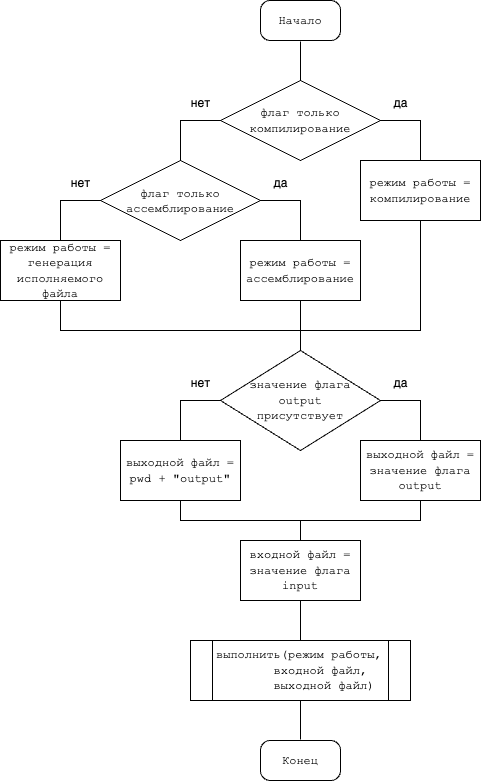
Earlier version of the draw.io export cource-papers/trps/рпз/материалы/курсач_трпс-1 Схемы алгоритмов.drawio.png (vzalygin/bmstu-ics6). Source tidied: cells renumbered, new cells last; positions are measured from the earlier drawing's top-left corner, leaving out a move shared by most shapes.
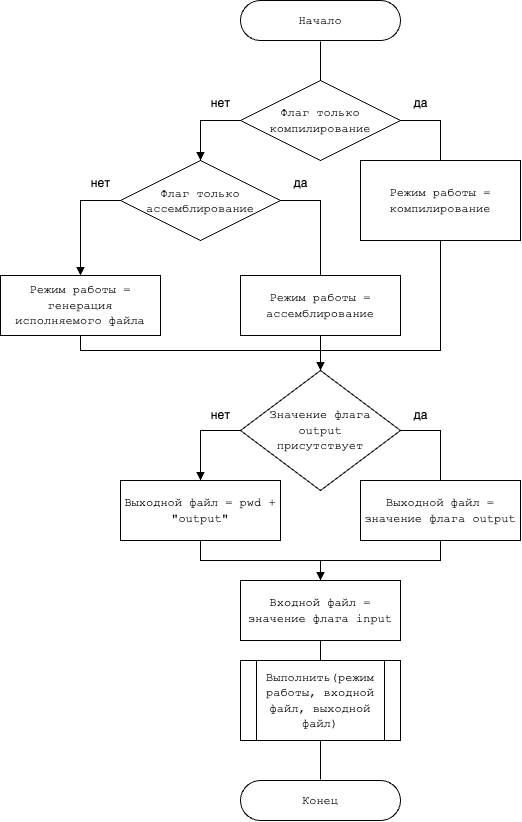
Later version of the same file.

The edit, as a diff of the source:
```diff
@@ -5,10 +5,10 @@
     <mxCell id="2" style="edgeStyle=orthogonalEdgeStyle;rounded=0;jettySize=auto;html=1;entryX=0.5;entryY=0;entryDx=0;entryDy=0;endArrow=none;endFill=0;" parent="1" edge="1" source="3" target="6">
       <mxGeometry relative="1" as="geometry" />
     </mxCell>
-    <mxCell id="3" value="&lt;font face=&quot;Courier New&quot;&gt;Начало&lt;/font&gt;" style="rounded=1;whiteSpace=wrap;html=1;glass=0;perimeterSpacing=1;strokeWidth=1;arcSize=24;" parent="1" vertex="1">
-      <mxGeometry x="260" width="80" height="40" as="geometry" />
+    <mxCell id="3" value="&lt;font face=&quot;Courier New&quot;&gt;Начало&lt;/font&gt;" style="rounded=1;whiteSpace=wrap;html=1;glass=0;perimeterSpacing=1;strokeWidth=1;arcSize=50;" parent="1" vertex="1">
+      <mxGeometry x="220" width="160" height="40" as="geometry" />
     </mxCell>
-    <mxCell id="4" style="edgeStyle=orthogonalEdgeStyle;rounded=0;jettySize=auto;html=1;entryX=0.5;entryY=0;entryDx=0;entryDy=0;endArrow=none;endFill=0;" parent="1" edge="1" source="6" target="9">
+    <mxCell id="4" style="edgeStyle=orthogonalEdgeStyle;rounded=0;jettySize=auto;html=1;entryX=0.5;entryY=0;entryDx=0;entryDy=0;endArrow=block;endFill=1;" parent="1" edge="1" source="6" target="9">
       <mxGeometry relative="1" as="geometry">
         <Array as="points">
           <mxPoint x="180" y="120" />
@@ -22,7 +22,7 @@
         </Array>
       </mxGeometry>
     </mxCell>
-    <mxCell id="6" value="&lt;font face=&quot;Courier New&quot;&gt;флаг только &lt;br&gt;компилирование&lt;/font&gt;" style="rhombus;whiteSpace=wrap;html=1;" parent="1" vertex="1">
+    <mxCell id="6" value="&lt;font face=&quot;Courier New&quot;&gt;Флаг только &lt;br&gt;компилирование&lt;/font&gt;" style="rhombus;whiteSpace=wrap;html=1;" parent="1" vertex="1">
       <mxGeometry x="220" y="80" width="160" height="80" as="geometry" />
     </mxCell>
     <mxCell id="7" style="edgeStyle=orthogonalEdgeStyle;rounded=0;jettySize=auto;html=1;entryX=0.5;entryY=0;entryDx=0;entryDy=0;endArrow=none;endFill=0;" parent="1" edge="1" source="9" target="15">
@@ -32,29 +32,29 @@
         </Array>
       </mxGeometry>
     </mxCell>
-    <mxCell id="8" style="edgeStyle=orthogonalEdgeStyle;rounded=0;jettySize=auto;html=1;entryX=0.5;entryY=0;entryDx=0;entryDy=0;endArrow=none;endFill=0;" parent="1" edge="1" source="9" target="18">
+    <mxCell id="8" style="edgeStyle=orthogonalEdgeStyle;rounded=0;jettySize=auto;html=1;entryX=0.5;entryY=0;entryDx=0;entryDy=0;endArrow=block;endFill=1;" parent="1" edge="1" source="9" target="18">
       <mxGeometry relative="1" as="geometry">
         <Array as="points">
           <mxPoint x="60" y="200" />
         </Array>
       </mxGeometry>
     </mxCell>
-    <mxCell id="9" value="&lt;div style=&quot;line-height: 18px; white-space: pre;&quot;&gt;&lt;p style=&quot;margin: 0px; font-variant-numeric: normal; font-variant-east-asian: normal; font-variant-alternates: normal; font-size-adjust: none; font-kerning: auto; font-optical-sizing: auto; font-feature-settings: normal; font-variation-settings: normal; font-variant-position: normal; font-stretch: normal; line-height: normal; white-space: normal;&quot; class=&quot;p1&quot;&gt;&lt;font face=&quot;Courier New&quot;&gt;флаг только ассемблирование&lt;/font&gt;&lt;/p&gt;&lt;/div&gt;" style="rhombus;whiteSpace=wrap;html=1;align=center;" parent="1" vertex="1">
+    <mxCell id="9" value="&lt;div style=&quot;line-height: 18px; white-space: pre;&quot;&gt;&lt;p style=&quot;margin: 0px; font-variant-numeric: normal; font-variant-east-asian: normal; font-variant-alternates: normal; font-size-adjust: none; font-kerning: auto; font-optical-sizing: auto; font-feature-settings: normal; font-variation-settings: normal; font-variant-position: normal; font-stretch: normal; line-height: normal; white-space: normal;&quot; class=&quot;p1&quot;&gt;&lt;font face=&quot;Courier New&quot;&gt;Флаг только ассемблирование&lt;/font&gt;&lt;/p&gt;&lt;/div&gt;" style="rhombus;whiteSpace=wrap;html=1;align=center;" parent="1" vertex="1">
       <mxGeometry x="100" y="160" width="160" height="80" as="geometry" />
     </mxCell>
     <mxCell id="10" value="нет" style="text;html=1;align=center;verticalAlign=middle;strokeColor=none;fillColor=none;" parent="1" vertex="1">
       <mxGeometry x="180" y="88" width="40" height="30" as="geometry" />
     </mxCell>
-    <mxCell id="11" style="edgeStyle=orthogonalEdgeStyle;rounded=0;jettySize=auto;html=1;entryX=0.5;entryY=0;entryDx=0;entryDy=0;strokeWidth=1;endArrow=none;endFill=0;" parent="1" edge="1" source="12" target="22">
+    <mxCell id="11" style="edgeStyle=orthogonalEdgeStyle;rounded=0;jettySize=auto;html=1;entryX=0.5;entryY=0;entryDx=0;entryDy=0;strokeWidth=1;endArrow=block;endFill=1;" parent="1" edge="1" source="12" target="22">
       <mxGeometry relative="1" as="geometry">
         <Array as="points">
-          <mxPoint x="420" y="330" />
-          <mxPoint x="300" y="330" />
+          <mxPoint x="420" y="350" />
+          <mxPoint x="300" y="350" />
         </Array>
       </mxGeometry>
     </mxCell>
-    <mxCell id="12" value="&lt;font face=&quot;Courier New&quot;&gt;режим работы = компилирование&lt;br&gt;&lt;/font&gt;" style="rounded=0;whiteSpace=wrap;html=1;" parent="1" vertex="1">
-      <mxGeometry x="360" y="160" width="120" height="60" as="geometry" />
+    <mxCell id="12" value="&lt;font face=&quot;Courier New&quot;&gt;Режим работы = компилирование&lt;br&gt;&lt;/font&gt;" style="rounded=0;whiteSpace=wrap;html=1;" parent="1" vertex="1">
+      <mxGeometry x="340" y="160" width="160" height="80" as="geometry" />
     </mxCell>
     <mxCell id="13" value="да" style="text;html=1;align=center;verticalAlign=middle;strokeColor=none;fillColor=none;" parent="1" vertex="1">
       <mxGeometry x="380" y="88" width="40" height="30" as="geometry" />
@@ -64,8 +64,8 @@
         <mxPoint x="300" y="360" as="targetPoint" />
       </mxGeometry>
     </mxCell>
-    <mxCell id="15" value="&lt;font face=&quot;Courier New&quot;&gt;режим работы = ассемблирование&lt;/font&gt;" style="rounded=0;whiteSpace=wrap;html=1;" parent="1" vertex="1">
-      <mxGeometry x="240" y="240" width="120" height="60" as="geometry" />
+    <mxCell id="15" value="&lt;font face=&quot;Courier New&quot;&gt;Режим работы = ассемблирование&lt;/font&gt;" style="rounded=0;whiteSpace=wrap;html=1;" parent="1" vertex="1">
+      <mxGeometry x="220" y="275" width="160" height="60" as="geometry" />
     </mxCell>
     <mxCell id="16" value="да" style="text;html=1;align=center;verticalAlign=middle;strokeColor=none;fillColor=none;" parent="1" vertex="1">
       <mxGeometry x="260" y="168" width="40" height="30" as="geometry" />
@@ -73,66 +73,66 @@
     <mxCell id="17" style="edgeStyle=orthogonalEdgeStyle;rounded=0;jettySize=auto;html=1;entryX=0.5;entryY=0;entryDx=0;entryDy=0;endArrow=none;endFill=0;" parent="1" edge="1" source="18" target="22">
       <mxGeometry relative="1" as="geometry">
         <Array as="points">
-          <mxPoint x="60" y="330" />
-          <mxPoint x="300" y="330" />
+          <mxPoint x="60" y="350" />
+          <mxPoint x="300" y="350" />
         </Array>
       </mxGeometry>
     </mxCell>
-    <mxCell id="18" value="&lt;font face=&quot;Courier New&quot;&gt;режим работы = генерация исполняемого файла&lt;br&gt;&lt;/font&gt;" style="rounded=0;whiteSpace=wrap;html=1;" parent="1" vertex="1">
-      <mxGeometry y="240" width="120" height="60" as="geometry" />
+    <mxCell id="18" value="&lt;font face=&quot;Courier New&quot;&gt;Режим работы = генерация исполняемого файла&lt;br&gt;&lt;/font&gt;" style="rounded=0;whiteSpace=wrap;html=1;" parent="1" vertex="1">
+      <mxGeometry x="-20" y="275" width="160" height="60" as="geometry" />
     </mxCell>
     <mxCell id="19" value="нет" style="text;html=1;align=center;verticalAlign=middle;strokeColor=none;fillColor=none;" parent="1" vertex="1">
       <mxGeometry x="60" y="168" width="40" height="30" as="geometry" />
     </mxCell>
-    <mxCell id="20" style="edgeStyle=orthogonalEdgeStyle;rounded=0;jettySize=auto;html=1;entryX=0.5;entryY=0;entryDx=0;entryDy=0;endArrow=none;endFill=0;" parent="1" edge="1" source="22" target="26">
+    <mxCell id="20" style="edgeStyle=orthogonalEdgeStyle;rounded=0;jettySize=auto;html=1;entryX=0.5;entryY=0;entryDx=0;entryDy=0;endArrow=block;endFill=1;" parent="1" edge="1" source="22" target="26">
       <mxGeometry relative="1" as="geometry">
         <Array as="points">
-          <mxPoint x="180" y="400" />
+          <mxPoint x="180" y="430" />
         </Array>
       </mxGeometry>
     </mxCell>
     <mxCell id="21" style="edgeStyle=orthogonalEdgeStyle;rounded=0;jettySize=auto;html=1;entryX=0.5;entryY=0;entryDx=0;entryDy=0;endArrow=none;endFill=0;" parent="1" edge="1" source="22" target="24">
       <mxGeometry relative="1" as="geometry">
         <Array as="points">
-          <mxPoint x="420" y="400" />
+          <mxPoint x="420" y="430" />
         </Array>
       </mxGeometry>
     </mxCell>
-    <mxCell id="22" value="&lt;font face=&quot;Courier New&quot;&gt;значение флага &lt;br&gt;output &lt;br&gt;присутствует&lt;br&gt;&lt;/font&gt;" style="rhombus;whiteSpace=wrap;html=1;align=center;" parent="1" vertex="1">
-      <mxGeometry x="220" y="350" width="160" height="100" as="geometry" />
+    <mxCell id="22" value="&lt;font face=&quot;Courier New&quot;&gt;Значение флага &lt;br&gt;output &lt;br&gt;присутствует&lt;br&gt;&lt;/font&gt;" style="rhombus;whiteSpace=wrap;html=1;align=center;" parent="1" vertex="1">
+      <mxGeometry x="220" y="370" width="160" height="120" as="geometry" />
     </mxCell>
-    <mxCell id="23" style="edgeStyle=orthogonalEdgeStyle;rounded=0;jettySize=auto;html=1;entryX=0.5;entryY=0;entryDx=0;entryDy=0;endArrow=none;endFill=0;" parent="1" edge="1" source="24" target="33">
+    <mxCell id="23" style="edgeStyle=orthogonalEdgeStyle;rounded=0;jettySize=auto;html=1;entryX=0.5;entryY=0;entryDx=0;entryDy=0;endArrow=block;endFill=1;" parent="1" edge="1" source="24" target="33">
       <mxGeometry relative="1" as="geometry" />
     </mxCell>
-    <mxCell id="24" value="&lt;font face=&quot;Courier New&quot;&gt;выходной файл = значение флага output&lt;br&gt;&lt;/font&gt;" style="rounded=0;whiteSpace=wrap;html=1;" parent="1" vertex="1">
-      <mxGeometry x="360" y="440" width="120" height="60" as="geometry" />
+    <mxCell id="24" value="&lt;font face=&quot;Courier New&quot;&gt;Выходной файл = значение флага output&lt;br&gt;&lt;/font&gt;" style="rounded=0;whiteSpace=wrap;html=1;" parent="1" vertex="1">
+      <mxGeometry x="340" y="480" width="160" height="60" as="geometry" />
     </mxCell>
     <mxCell id="25" style="edgeStyle=orthogonalEdgeStyle;rounded=0;jettySize=auto;html=1;entryX=0.5;entryY=0;entryDx=0;entryDy=0;endArrow=none;endFill=0;" parent="1" edge="1" source="26" target="33">
       <mxGeometry relative="1" as="geometry" />
     </mxCell>
-    <mxCell id="26" value="&lt;font face=&quot;Courier New&quot;&gt;выходной файл = pwd + &quot;output&quot;&lt;/font&gt;" style="rounded=0;whiteSpace=wrap;html=1;" parent="1" vertex="1">
-      <mxGeometry x="120" y="440" width="120" height="60" as="geometry" />
+    <mxCell id="26" value="&lt;font face=&quot;Courier New&quot;&gt;Выходной файл = pwd + &quot;output&quot;&lt;/font&gt;" style="rounded=0;whiteSpace=wrap;html=1;" parent="1" vertex="1">
+      <mxGeometry x="100" y="480" width="160" height="60" as="geometry" />
     </mxCell>
     <mxCell id="27" value="да" style="text;html=1;align=center;verticalAlign=middle;strokeColor=none;fillColor=none;" parent="1" vertex="1">
-      <mxGeometry x="380" y="368" width="40" height="30" as="geometry" />
+      <mxGeometry x="380" y="400" width="40" height="30" as="geometry" />
     </mxCell>
     <mxCell id="28" value="нет" style="text;html=1;align=center;verticalAlign=middle;strokeColor=none;fillColor=none;" parent="1" vertex="1">
-      <mxGeometry x="180" y="368" width="40" height="30" as="geometry" />
+      <mxGeometry x="180" y="400" width="40" height="30" as="geometry" />
     </mxCell>
     <mxCell id="29" style="edgeStyle=orthogonalEdgeStyle;rounded=0;jettySize=auto;html=1;entryX=0.5;entryY=0;entryDx=0;entryDy=0;endArrow=none;endFill=0;" parent="1" edge="1" source="30" target="31">
       <mxGeometry relative="1" as="geometry" />
     </mxCell>
-    <mxCell id="30" value="&lt;font face=&quot;Courier New&quot;&gt;выполнить(режим работы,&lt;br&gt;&lt;span style=&quot;white-space: pre;&quot;&gt;&#9;&lt;/span&gt;входной файл,&lt;br&gt;&amp;nbsp; &amp;nbsp;&lt;span style=&quot;white-space: pre;&quot;&gt;&#9;&lt;/span&gt;выходной файл)&lt;br&gt;&lt;/font&gt;" style="shape=process;whiteSpace=wrap;html=1;backgroundOutline=1;align=left;" parent="1" vertex="1">
-      <mxGeometry x="190" y="640" width="220" height="60" as="geometry" />
+    <mxCell id="30" value="&lt;div style=&quot;&quot;&gt;&lt;span style=&quot;font-family: &amp;quot;Courier New&amp;quot;; background-color: initial;&quot;&gt;Выполнить(режим работы, &lt;/span&gt;&lt;span style=&quot;font-family: &amp;quot;Courier New&amp;quot;; background-color: initial;&quot;&gt;входной файл, &lt;/span&gt;&lt;span style=&quot;font-family: &amp;quot;Courier New&amp;quot;; background-color: initial;&quot;&gt;выходной файл)&lt;/span&gt;&lt;/div&gt;" style="shape=process;whiteSpace=wrap;html=1;backgroundOutline=1;align=center;" parent="1" vertex="1">
+      <mxGeometry x="220" y="660" width="160" height="80" as="geometry" />
     </mxCell>
-    <mxCell id="31" value="&lt;font face=&quot;Courier New&quot;&gt;Конец&lt;/font&gt;" style="rounded=1;whiteSpace=wrap;html=1;glass=0;perimeterSpacing=1;strokeWidth=1;arcSize=24;" parent="1" vertex="1">
-      <mxGeometry x="260" y="740" width="80" height="40" as="geometry" />
+    <mxCell id="31" value="&lt;font face=&quot;Courier New&quot;&gt;Конец&lt;/font&gt;" style="rounded=1;whiteSpace=wrap;html=1;glass=0;perimeterSpacing=1;strokeWidth=1;arcSize=50;imageHeight=24;" parent="1" vertex="1">
+      <mxGeometry x="220" y="780" width="160" height="40" as="geometry" />
     </mxCell>
     <mxCell id="32" style="edgeStyle=orthogonalEdgeStyle;rounded=0;jettySize=auto;html=1;entryX=0.5;entryY=0;entryDx=0;entryDy=0;endArrow=none;endFill=0;" parent="1" edge="1" source="33" target="30">
       <mxGeometry relative="1" as="geometry" />
     </mxCell>
-    <mxCell id="33" value="&lt;font face=&quot;Courier New&quot;&gt;входной файл = значение флага input&lt;br&gt;&lt;/font&gt;" style="rounded=0;whiteSpace=wrap;html=1;" parent="1" vertex="1">
-      <mxGeometry x="240" y="540" width="120" height="60" as="geometry" />
+    <mxCell id="33" value="&lt;font face=&quot;Courier New&quot;&gt;Входной файл = значение флага input&lt;br&gt;&lt;/font&gt;" style="rounded=0;whiteSpace=wrap;html=1;" parent="1" vertex="1">
+      <mxGeometry x="220" y="580" width="160" height="60" as="geometry" />
     </mxCell>
   </root>
 </mxGraphModel>
```
